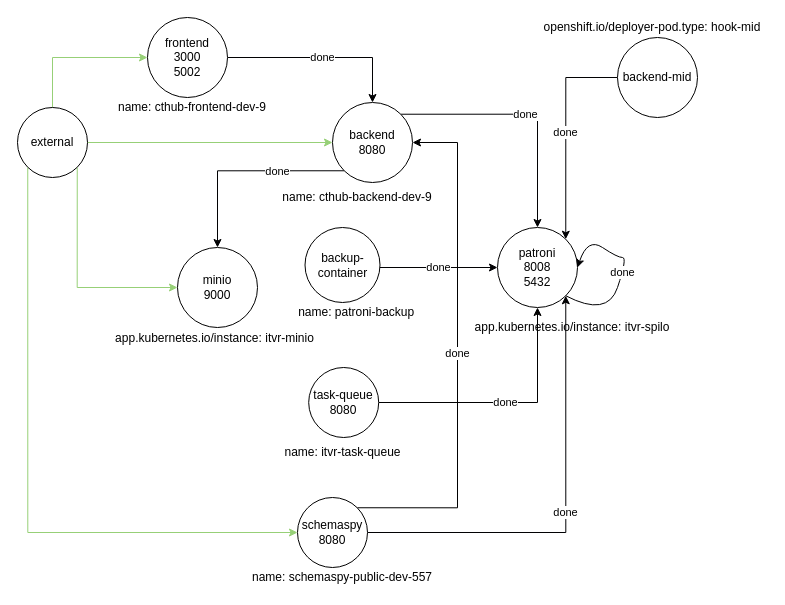
This is openshift/templates/knp/knp-diagram.drawio from bcgov/itvr, a draw.io file, before an edit. Source tidied: cells renumbered, new cells numbered last; positions are measured from the earlier drawing's top-left corner, leaving out a move shared by most shapes. Both pictures are drawn from the tidied source at 100%, with x=0, y=0 at pixel (17, 17).
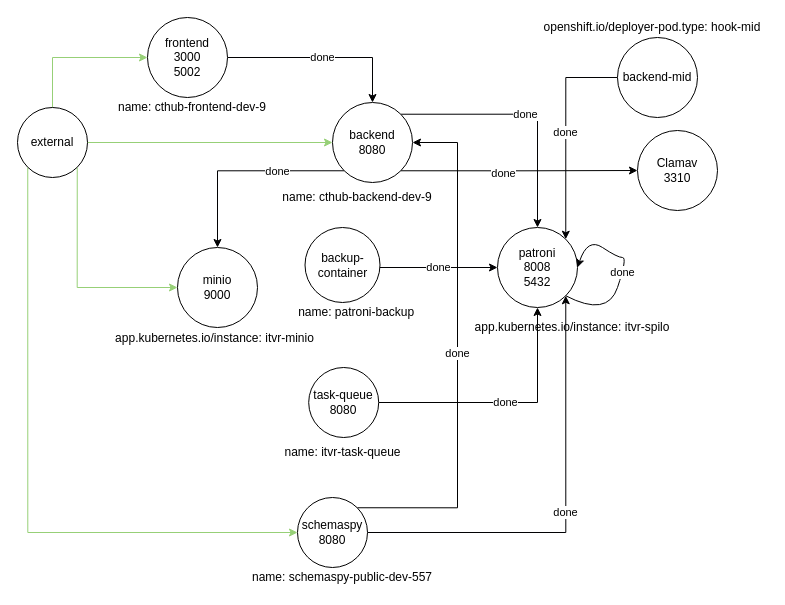
After the change.

The change refers to these unchanged cells:
```xml
<mxCell id="7" value="backend&lt;br&gt;8080" style="ellipse;whiteSpace=wrap;html=1;" parent="1" vertex="1">
  <mxGeometry x="315" y="85" width="80" height="80" as="geometry" />
</mxCell>
```

Diff of the diagram source:
```diff
@@
+    <mxCell id="33" style="edgeStyle=orthogonalEdgeStyle;rounded=0;jettySize=auto;html=1;exitX=1;exitY=1;exitDx=0;exitDy=0;entryX=0;entryY=0.5;entryDx=0;entryDy=0;" parent="1" edge="1" source="7" target="35">
+      <mxGeometry relative="1" as="geometry" />
+    </mxCell>
+    <mxCell id="34" value="done" style="edgeLabel;html=1;align=center;verticalAlign=middle;" parent="33" vertex="1">
+      <mxGeometry x="-0.17" y="-2" relative="1" as="geometry">
+        <mxPoint x="4" as="offset" />
+      </mxGeometry>
+    </mxCell>
@@
+    <mxCell id="35" value="Clamav&lt;br&gt;3310" style="ellipse;whiteSpace=wrap;html=1;" parent="1" vertex="1">
+      <mxGeometry x="620" y="113" width="80" height="80" as="geometry" />
+    </mxCell>
```
